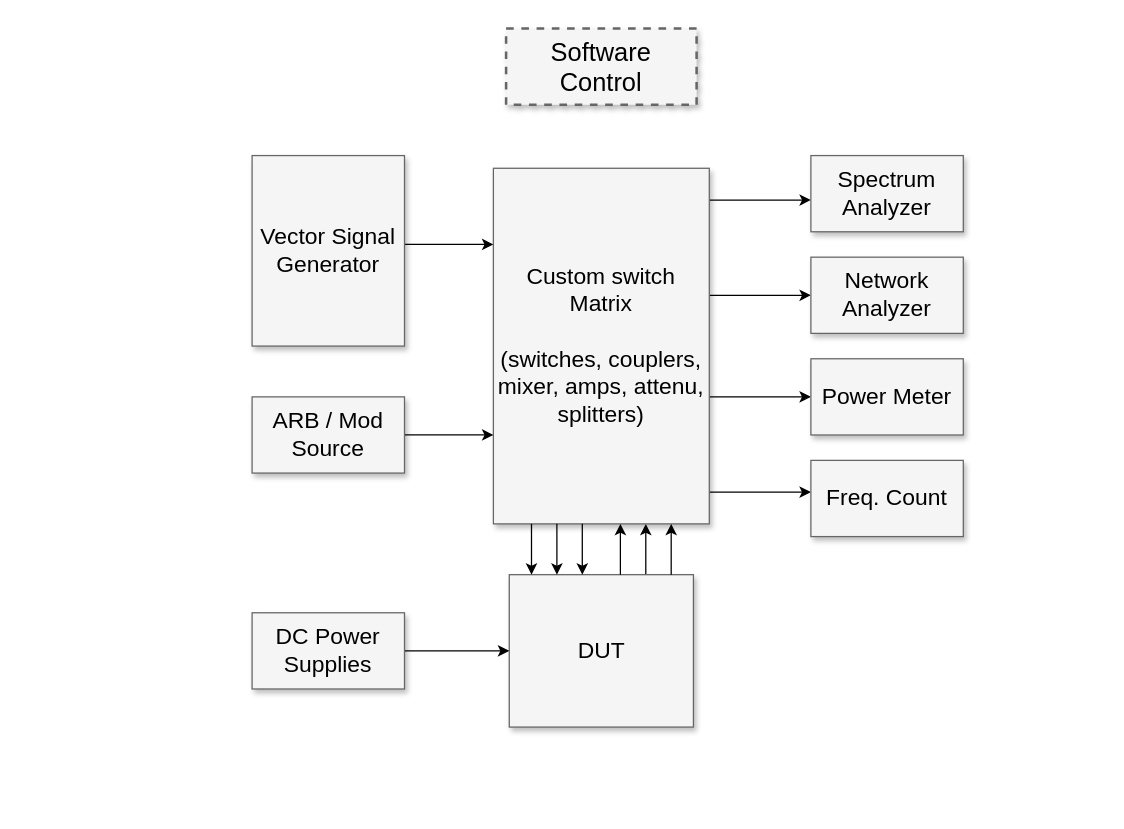
Above: Untitled Diagram.drawio in Mirlan2121/MedicalProject (draw.io), before the change. Source tidied: cells renumbered, new cells numbered last; positions are measured from the earlier drawing's top-left corner, leaving out a move shared by most shapes. Both pictures are drawn from the tidied source at 127%, with x=0, y=0 at pixel (251, 28).
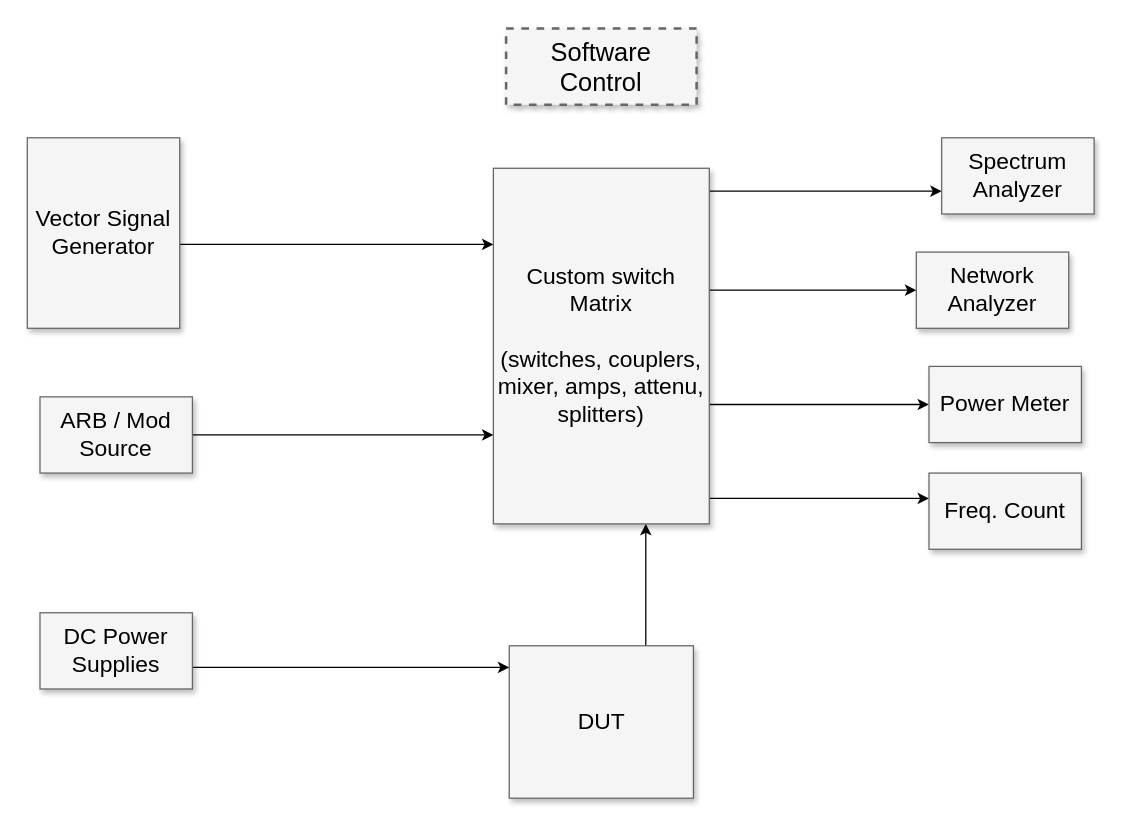
The same page after the edit.

The change refers to these unchanged cells:
```xml
<mxCell id="8" value="Custom switch Matrix&lt;div&gt;&lt;br&gt;&lt;/div&gt;&lt;div&gt;(switches, couplers, mixer, amps, attenu, splitters)&lt;/div&gt;" style="whiteSpace=wrap;html=1;shadow=1;fontSize=18;fillColor=#f5f5f5;strokeColor=#666666;" parent="1" vertex="1">
  <mxGeometry x="190" y="110" width="170" height="280" as="geometry" />
</mxCell>
```

Change to the diagram source:
```diff
@@
     <mxCell id="9" value="Spectrum Analyzer" style="whiteSpace=wrap;html=1;shadow=1;fontSize=18;fillColor=#f5f5f5;strokeColor=#666666;" parent="1" vertex="1">
-      <mxGeometry x="440" y="100" width="120" height="60" as="geometry" />
+      <mxGeometry x="543" y="86" width="120" height="60" as="geometry" />
     </mxCell>
     <mxCell id="10" value="Network Analyzer" style="whiteSpace=wrap;html=1;shadow=1;fontSize=18;fillColor=#f5f5f5;strokeColor=#666666;" parent="1" vertex="1">
-      <mxGeometry x="440" y="180" width="120" height="60" as="geometry" />
+      <mxGeometry x="523" y="176" width="120" height="60" as="geometry" />
     </mxCell>
     <mxCell id="11" value="Power Meter" style="whiteSpace=wrap;html=1;shadow=1;fontSize=18;fillColor=#f5f5f5;strokeColor=#666666;" parent="1" vertex="1">
-      <mxGeometry x="440" y="260" width="120" height="60" as="geometry" />
+      <mxGeometry x="533" y="266" width="120" height="60" as="geometry" />
     </mxCell>
     <mxCell id="12" value="Freq. Count" style="whiteSpace=wrap;html=1;shadow=1;fontSize=18;fillColor=#f5f5f5;strokeColor=#666666;" parent="1" vertex="1">
-      <mxGeometry x="440" y="340" width="120" height="60" as="geometry" />
+      <mxGeometry x="533" y="350" width="120" height="60" as="geometry" />
     </mxCell>
@@
     <mxCell id="14" value="Vector Signal Generator" style="whiteSpace=wrap;html=1;shadow=1;fontSize=18;fillColor=#f5f5f5;strokeColor=#666666;" parent="1" vertex="1">
-      <mxGeometry y="100" width="120" height="150" as="geometry" />
+      <mxGeometry x="-177" y="86" width="120" height="150" as="geometry" />
     </mxCell>
@@
     <mxCell id="16" value="ARB / Mod Source" style="whiteSpace=wrap;html=1;shadow=1;fontSize=18;fillColor=#f5f5f5;strokeColor=#666666;" parent="1" vertex="1">
-      <mxGeometry y="290" width="120" height="60" as="geometry" />
+      <mxGeometry x="-167" y="290" width="120" height="60" as="geometry" />
     </mxCell>
     <mxCell id="17" value="DUT" style="whiteSpace=wrap;html=1;shadow=1;fontSize=18;fillColor=#f5f5f5;strokeColor=#666666;" parent="1" vertex="1">
-      <mxGeometry x="202.5" y="430" width="145" height="120" as="geometry" />
+      <mxGeometry x="202.5" y="486" width="145" height="120" as="geometry" />
     </mxCell>
@@
     <mxCell id="19" value="DC Power Supplies" style="whiteSpace=wrap;html=1;shadow=1;fontSize=18;fillColor=#f5f5f5;strokeColor=#666666;" parent="1" vertex="1">
-      <mxGeometry y="460" width="120" height="60" as="geometry" />
+      <mxGeometry x="-167" y="460" width="120" height="60" as="geometry" />
     </mxCell>
-    <mxCell id="20" style="edgeStyle=elbowEdgeStyle;rounded=0;html=1;startArrow=none;startFill=0;jettySize=auto;fontSize=18;" parent="1" edge="1" source="17" target="8">
-      <mxGeometry relative="1" as="geometry">
-        <Array as="points">
-          <mxPoint x="330" y="410" />
-          <mxPoint x="310" y="410" />
-        </Array>
-      </mxGeometry>
-    </mxCell>
-    <mxCell id="21" style="edgeStyle=elbowEdgeStyle;rounded=0;html=1;startArrow=none;startFill=0;jettySize=auto;orthogonalLoop=1;fontSize=18;" parent="1" edge="1">
-      <mxGeometry relative="1" as="geometry">
-        <mxPoint x="290" y="430" as="sourcePoint" />
-        <mxPoint x="290" y="390" as="targetPoint" />
-        <Array as="points">
-          <mxPoint x="290" y="410" />
-          <mxPoint x="290" y="410" />
-        </Array>
-      </mxGeometry>
-    </mxCell>
-    <mxCell id="22" style="edgeStyle=elbowEdgeStyle;rounded=0;html=1;startArrow=none;startFill=0;jettySize=auto;orthogonalLoop=1;fontSize=18;" parent="1" edge="1">
-      <mxGeometry relative="1" as="geometry">
-        <mxPoint x="260" y="390" as="sourcePoint" />
-        <mxPoint x="260" y="430" as="targetPoint" />
-        <Array as="points">
-          <mxPoint x="260" y="410" />
-          <mxPoint x="290" y="420" />
-        </Array>
-      </mxGeometry>
-    </mxCell>
-    <mxCell id="23" style="edgeStyle=elbowEdgeStyle;rounded=0;html=1;startArrow=none;startFill=0;jettySize=auto;orthogonalLoop=1;fontSize=18;" parent="1" edge="1">
-      <mxGeometry relative="1" as="geometry">
-        <mxPoint x="240" y="390" as="sourcePoint" />
-        <mxPoint x="240" y="430" as="targetPoint" />
-        <Array as="points">
-          <mxPoint x="240" y="410" />
-          <mxPoint x="270" y="420" />
-        </Array>
-      </mxGeometry>
-    </mxCell>
-    <mxCell id="24" style="edgeStyle=elbowEdgeStyle;rounded=0;html=1;startArrow=none;startFill=0;jettySize=auto;orthogonalLoop=1;fontSize=18;" parent="1" edge="1">
-      <mxGeometry relative="1" as="geometry">
-        <mxPoint x="220" y="390" as="sourcePoint" />
-        <mxPoint x="220" y="430" as="targetPoint" />
-        <Array as="points">
-          <mxPoint x="220" y="410" />
-          <mxPoint x="250" y="420" />
-        </Array>
-      </mxGeometry>
-    </mxCell>
```
